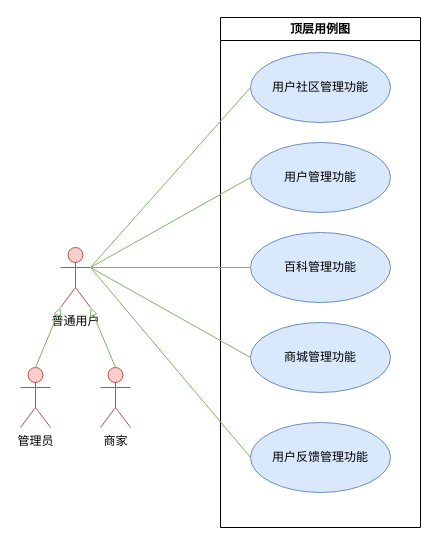
Running-Turtle1/Graph keeps this draw.io diagram as 海洋生物百科顶层用例图.drawio. Above is the earlier version. Source tidied: cells renumbered, new cells numbered last; positions are measured from the earlier drawing's top-left corner, leaving out a move shared by most shapes. Both pictures are drawn from the tidied source at 100%, with x=0, y=0 at pixel (20, 17).
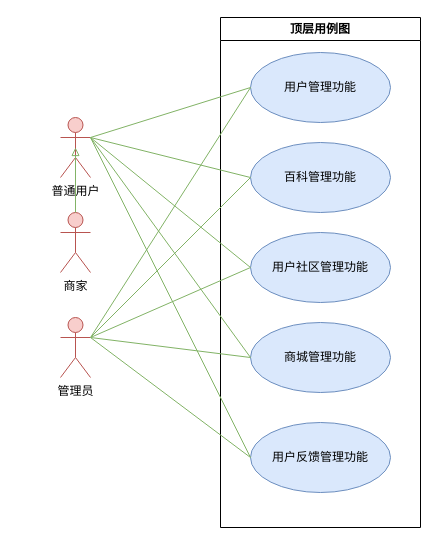
After the change.

Commit message:
更新海洋生物百科顶层用例图.drawio

The change refers to these unchanged cells:
```xml
<mxCell id="5" value="顶层用例图" style="swimlane;whiteSpace=wrap;html=1;" parent="1" vertex="1">
  <mxGeometry x="200" width="200" height="510" as="geometry" />
</mxCell>
<mxCell id="9" value="商城管理功能" style="ellipse;whiteSpace=wrap;html=1;fillColor=#dae8fc;strokeColor=#6c8ebf;" parent="5" vertex="1">
  <mxGeometry x="30" y="305" width="140" height="70" as="geometry" />
</mxCell>
<mxCell id="10" value="用户反馈管理功能" style="ellipse;whiteSpace=wrap;html=1;fillColor=#dae8fc;strokeColor=#6c8ebf;" parent="5" vertex="1">
  <mxGeometry x="30" y="405" width="140" height="70" as="geometry" />
</mxCell>
```

Change to the diagram source:
```diff
@@
     <mxCell id="2" value="普通用户" style="shape=umlActor;verticalLabelPosition=bottom;verticalAlign=top;html=1;fillColor=#f8cecc;strokeColor=#b85450;" parent="1" vertex="1">
-      <mxGeometry x="40" y="230" width="30" height="60" as="geometry" />
+      <mxGeometry x="40" y="100" width="30" height="60" as="geometry" />
     </mxCell>
     <mxCell id="3" value="商家" style="shape=umlActor;verticalLabelPosition=bottom;verticalAlign=top;html=1;fillColor=#f8cecc;strokeColor=#b85450;" parent="1" vertex="1">
-      <mxGeometry x="80" y="350" width="30" height="60" as="geometry" />
+      <mxGeometry x="40" y="195" width="30" height="60" as="geometry" />
     </mxCell>
     <mxCell id="4" value="管理员" style="shape=umlActor;verticalLabelPosition=bottom;verticalAlign=top;html=1;fillColor=#f8cecc;strokeColor=#b85450;" parent="1" vertex="1">
-      <mxGeometry y="350" width="30" height="60" as="geometry" />
+      <mxGeometry x="40" y="300" width="30" height="60" as="geometry" />
     </mxCell>
@@
-    <mxCell id="6" value="用户管理功能" style="ellipse;whiteSpace=wrap;html=1;fillColor=#dae8fc;strokeColor=#6c8ebf;" parent="5" vertex="1">
+    <mxCell id="6" value="百科管理功能" style="ellipse;whiteSpace=wrap;html=1;fillColor=#dae8fc;strokeColor=#6c8ebf;" parent="5" vertex="1">
       <mxGeometry x="30" y="125" width="140" height="70" as="geometry" />
     </mxCell>
-    <mxCell id="7" value="百科管理功能" style="ellipse;whiteSpace=wrap;html=1;fillColor=#dae8fc;strokeColor=#6c8ebf;" parent="5" vertex="1">
+    <mxCell id="7" value="用户社区管理功能" style="ellipse;whiteSpace=wrap;html=1;fillColor=#dae8fc;strokeColor=#6c8ebf;" parent="5" vertex="1">
       <mxGeometry x="30" y="215" width="140" height="70" as="geometry" />
     </mxCell>
-    <mxCell id="8" value="用户社区管理功能" style="ellipse;whiteSpace=wrap;html=1;fillColor=#dae8fc;strokeColor=#6c8ebf;" parent="5" vertex="1">
+    <mxCell id="8" value="用户管理功能" style="ellipse;whiteSpace=wrap;html=1;fillColor=#dae8fc;strokeColor=#6c8ebf;" parent="5" vertex="1">
       <mxGeometry x="30" y="35" width="140" height="70" as="geometry" />
     </mxCell>
@@
-    <mxCell id="14" style="endArrow=block;endFill=0;html=1;rounded=0;fillColor=#d5e8d4;strokeColor=#82b366;exitX=0.5;exitY=0;exitDx=0;exitDy=0;exitPerimeter=0;entryX=0.5;entryY=0.5;entryDx=0;entryDy=0;entryPerimeter=0;" parent="1" edge="1" source="3">
-      <mxGeometry relative="1" as="geometry">
-        <mxPoint x="70" y="290" as="targetPoint" />
-      </mxGeometry>
+    <mxCell id="14" style="endArrow=block;endFill=0;html=1;rounded=0;fillColor=#d5e8d4;strokeColor=#82b366;exitX=0.5;exitY=0;exitDx=0;exitDy=0;exitPerimeter=0;entryX=0.5;entryY=0.5;entryDx=0;entryDy=0;entryPerimeter=0;" parent="1" edge="1" source="3" target="2">
+      <mxGeometry relative="1" as="geometry" />
     </mxCell>
@@
-    <mxCell id="16" style="endArrow=block;endFill=0;html=1;rounded=0;fillColor=#d5e8d4;strokeColor=#82b366;exitX=0.5;exitY=0;exitDx=0;exitDy=0;exitPerimeter=0;entryX=0;entryY=1;entryDx=0;entryDy=0;entryPerimeter=0;" parent="1" edge="1" source="4" target="2">
-      <mxGeometry relative="1" as="geometry" />
-    </mxCell>
@@
+    <mxCell id="18" style="endArrow=none;html=1;rounded=0;fillColor=#d5e8d4;strokeColor=#82b366;entryX=1;entryY=0.3333333333333333;entryDx=0;entryDy=0;entryPerimeter=0;exitX=0;exitY=0.5;exitDx=0;exitDy=0;" parent="1" edge="1" source="8" target="4">
+      <mxGeometry relative="1" as="geometry" />
+    </mxCell>
+    <mxCell id="19" style="endArrow=none;html=1;rounded=0;fillColor=#d5e8d4;strokeColor=#82b366;entryX=1;entryY=0.3333333333333333;entryDx=0;entryDy=0;entryPerimeter=0;exitX=0;exitY=0.5;exitDx=0;exitDy=0;" parent="1" edge="1" source="6" target="4">
+      <mxGeometry relative="1" as="geometry" />
+    </mxCell>
+    <mxCell id="20" style="endArrow=none;html=1;rounded=0;fillColor=#d5e8d4;strokeColor=#82b366;entryX=1;entryY=0.3333333333333333;entryDx=0;entryDy=0;entryPerimeter=0;exitX=0;exitY=0.5;exitDx=0;exitDy=0;" parent="1" edge="1" source="10" target="4">
+      <mxGeometry relative="1" as="geometry" />
+    </mxCell>
+    <mxCell id="21" style="endArrow=none;html=1;rounded=0;fillColor=#d5e8d4;strokeColor=#82b366;entryX=1;entryY=0.3333333333333333;entryDx=0;entryDy=0;entryPerimeter=0;exitX=0;exitY=0.5;exitDx=0;exitDy=0;" parent="1" edge="1" source="9" target="4">
+      <mxGeometry relative="1" as="geometry" />
+    </mxCell>
+    <mxCell id="22" style="endArrow=none;html=1;rounded=0;fillColor=#d5e8d4;strokeColor=#82b366;entryX=1;entryY=0.3333333333333333;entryDx=0;entryDy=0;entryPerimeter=0;exitX=0;exitY=0.5;exitDx=0;exitDy=0;" parent="1" edge="1" source="7" target="4">
+      <mxGeometry relative="1" as="geometry" />
+    </mxCell>
```
